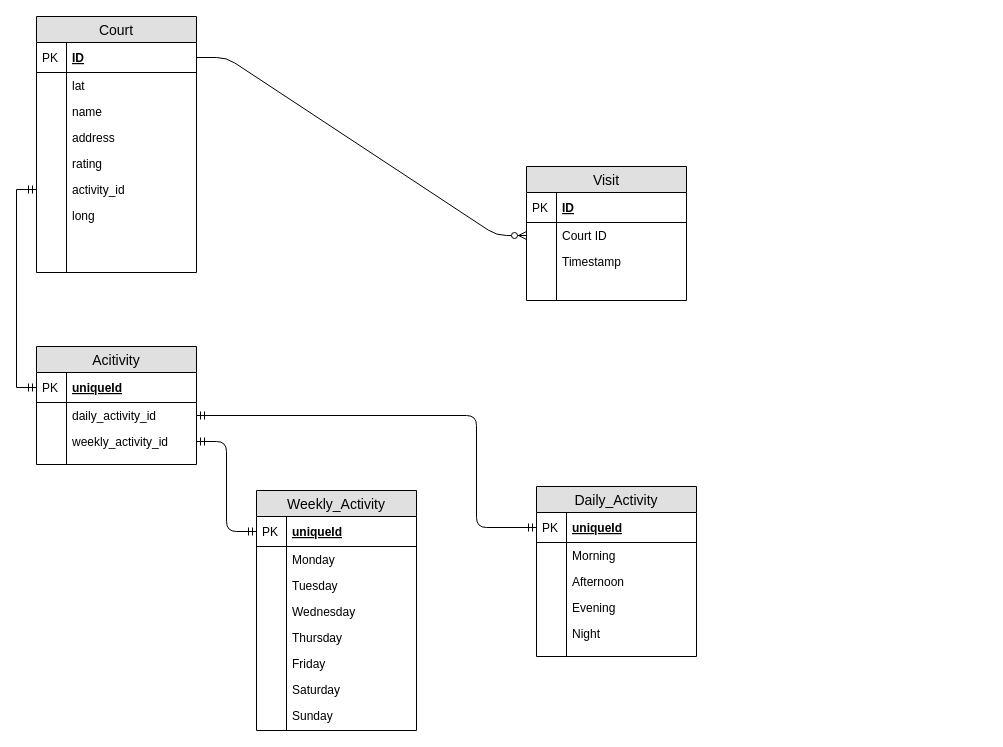
J-A-H/Next-Run keeps this draw.io diagram as Next-Run.drawio. Above is the earlier version. Source tidied: cells renumbered, new cells numbered last; positions are measured from the earlier drawing's top-left corner, leaving out a move shared by most shapes. Both pictures are drawn from the tidied source at 100%, with x=0, y=0 at pixel (36, 16).
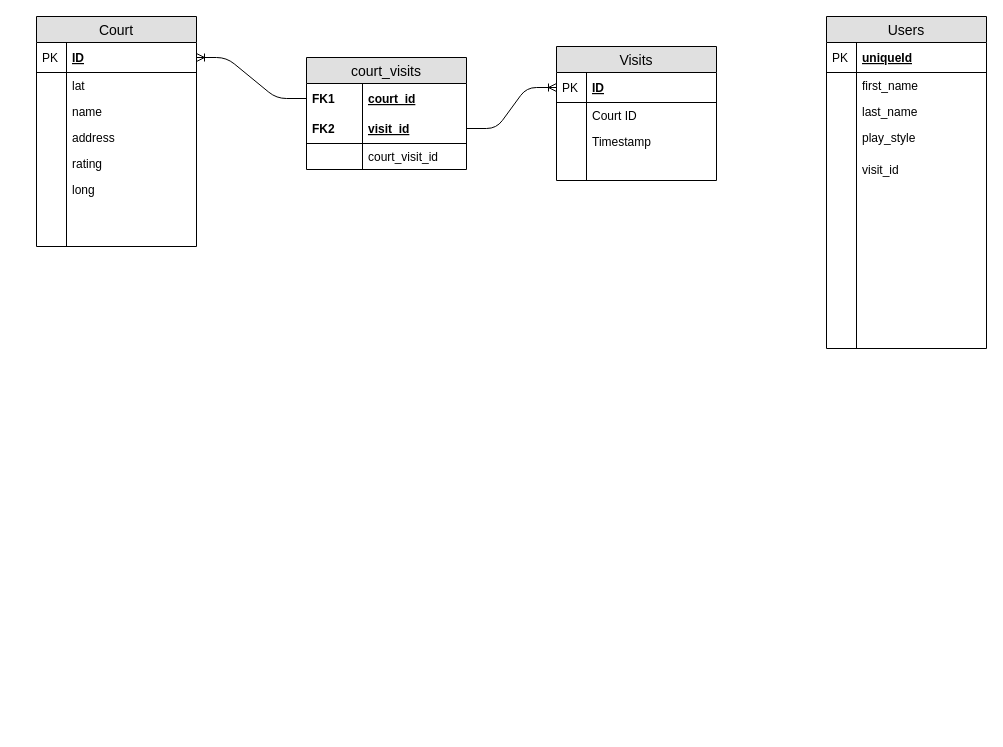
After the change.

Commit message:
Update Next-Run.drawio: Add Users table, updated existing

The change refers to these unchanged cells:
```xml
<mxCell id="3" value="ID" style="shape=partialRectangle;top=0;left=0;right=0;bottom=1;align=left;verticalAlign=middle;fillColor=none;spacingLeft=34;spacingRight=4;overflow=hidden;points=[[0,0.5],[1,0.5]];portConstraint=eastwest;fontStyle=5;fontSize=12;" parent="2" vertex="1">
  <mxGeometry y="26" width="160" height="30" as="geometry" />
</mxCell>
<mxCell id="18" value="ID" style="shape=partialRectangle;top=0;left=0;right=0;bottom=1;align=left;verticalAlign=middle;fillColor=none;spacingLeft=34;spacingRight=4;overflow=hidden;points=[[0,0.5],[1,0.5]];portConstraint=eastwest;fontStyle=5;fontSize=12;" parent="17" vertex="1">
  <mxGeometry y="26" width="160" height="30" as="geometry" />
</mxCell>
<mxCell id="20" value="Court ID" style="shape=partialRectangle;top=0;left=0;right=0;bottom=0;align=left;verticalAlign=top;fillColor=none;spacingLeft=34;spacingRight=4;overflow=hidden;points=[[0,0.5],[1,0.5]];portConstraint=eastwest;fontSize=12;" parent="17" vertex="1">
  <mxGeometry y="56" width="160" height="26" as="geometry" />
</mxCell>
```

Change to the diagram source:
```diff
@@
     <mxCell id="2" value="Court" style="swimlane;fontStyle=0;horizontal=1;startSize=26;fillColor=#e0e0e0;swimlaneFillColor=#ffffff;align=center;fontSize=14;" parent="1" vertex="1">
-      <mxGeometry width="160" height="256" as="geometry" />
+      <mxGeometry width="160" height="230" as="geometry" />
     </mxCell>
@@
-    <mxCell id="13" value="activity_id" style="shape=partialRectangle;top=0;left=0;right=0;bottom=0;align=left;verticalAlign=top;fillColor=none;spacingLeft=34;spacingRight=4;overflow=hidden;points=[[0,0.5],[1,0.5]];portConstraint=eastwest;fontSize=12;" parent="2" vertex="1">
-      <mxGeometry y="160" width="160" height="26" as="geometry" />
-    </mxCell>
-    <mxCell id="14" style="shape=partialRectangle;top=0;left=0;bottom=0;fillColor=none;align=left;verticalAlign=top;spacingLeft=4;spacingRight=4;overflow=hidden;fontSize=12;" parent="13" vertex="1">
-      <mxGeometry width="30" height="26" as="geometry" />
-    </mxCell>
     <mxCell id="15" value="long" style="shape=partialRectangle;top=0;left=0;right=0;bottom=0;align=left;verticalAlign=top;fillColor=none;spacingLeft=34;spacingRight=4;overflow=hidden;fontSize=12;" parent="2" vertex="1">
-      <mxGeometry y="186" width="160" height="70" as="geometry" />
+      <mxGeometry y="160" width="160" height="70" as="geometry" />
     </mxCell>
@@
-    <mxCell id="17" value="Visit" style="swimlane;fontStyle=0;horizontal=1;startSize=26;fillColor=#e0e0e0;swimlaneFillColor=#ffffff;align=center;fontSize=14;" parent="1" vertex="1">
-      <mxGeometry x="490" y="150" width="160" height="134" as="geometry" />
+    <mxCell id="17" value="Visits" style="swimlane;fontStyle=0;horizontal=1;startSize=26;fillColor=#e0e0e0;swimlaneFillColor=#ffffff;align=center;fontSize=14;" parent="1" vertex="1">
+      <mxGeometry x="520" y="30" width="160" height="134" as="geometry" />
     </mxCell>
@@
-    <mxCell id="26" style="edgeStyle=entityRelationEdgeStyle;fontSize=12;html=1;endArrow=ERzeroToMany;endFill=1;exitX=1;exitY=0.5;exitDx=0;exitDy=0;" parent="1" edge="1" source="3" target="20">
-      <mxGeometry relative="1" as="geometry" />
-    </mxCell>
-    <mxCell id="27" value="Acitivity" style="swimlane;fontStyle=0;horizontal=1;startSize=26;fillColor=#e0e0e0;swimlaneFillColor=#ffffff;align=center;fontSize=14;" parent="1" vertex="1">
-      <mxGeometry y="330" width="160" height="118" as="geometry" />
-    </mxCell>
-    <mxCell id="28" value="uniqueId" style="shape=partialRectangle;top=0;left=0;right=0;bottom=1;align=left;verticalAlign=middle;fillColor=none;spacingLeft=34;spacingRight=4;overflow=hidden;points=[[0,0.5],[1,0.5]];portConstraint=eastwest;fontStyle=5;fontSize=12;" parent="27" vertex="1">
-      <mxGeometry y="26" width="160" height="30" as="geometry" />
-    </mxCell>
-    <mxCell id="29" value="PK" style="shape=partialRectangle;top=0;left=0;bottom=0;fillColor=none;align=left;verticalAlign=middle;spacingLeft=4;spacingRight=4;overflow=hidden;fontSize=12;" parent="28" vertex="1">
-      <mxGeometry width="30" height="30" as="geometry" />
-    </mxCell>
-    <mxCell id="30" value="daily_activity_id" style="shape=partialRectangle;top=0;left=0;right=0;bottom=0;align=left;verticalAlign=top;fillColor=none;spacingLeft=34;spacingRight=4;overflow=hidden;points=[[0,0.5],[1,0.5]];portConstraint=eastwest;fontSize=12;" parent="27" vertex="1">
-      <mxGeometry y="56" width="160" height="26" as="geometry" />
-    </mxCell>
-    <mxCell id="31" style="shape=partialRectangle;top=0;left=0;bottom=0;fillColor=none;align=left;verticalAlign=top;spacingLeft=4;spacingRight=4;overflow=hidden;fontSize=12;" parent="30" vertex="1">
-      <mxGeometry width="30" height="26" as="geometry" />
-    </mxCell>
-    <mxCell id="32" value="weekly_activity_id" style="shape=partialRectangle;top=0;left=0;right=0;bottom=0;align=left;verticalAlign=top;fillColor=none;spacingLeft=34;spacingRight=4;overflow=hidden;points=[[0,0.5],[1,0.5]];portConstraint=eastwest;fontSize=12;" parent="27" vertex="1">
-      <mxGeometry y="82" width="160" height="26" as="geometry" />
-    </mxCell>
-    <mxCell id="33" style="shape=partialRectangle;top=0;left=0;bottom=0;fillColor=none;align=left;verticalAlign=top;spacingLeft=4;spacingRight=4;overflow=hidden;fontSize=12;" parent="32" vertex="1">
-      <mxGeometry width="30" height="26" as="geometry" />
-    </mxCell>
-    <mxCell id="34" style="shape=partialRectangle;top=0;left=0;right=0;bottom=0;align=left;verticalAlign=top;fillColor=none;spacingLeft=34;spacingRight=4;overflow=hidden;fontSize=12;" parent="27" vertex="1">
-      <mxGeometry y="108" width="160" height="10" as="geometry" />
-    </mxCell>
-    <mxCell id="35" style="shape=partialRectangle;top=0;left=0;bottom=0;fillColor=none;align=left;verticalAlign=top;spacingLeft=4;spacingRight=4;overflow=hidden;fontSize=12;" parent="34" vertex="1">
-      <mxGeometry width="30" height="10" as="geometry" />
-    </mxCell>
-    <mxCell id="36" style="edgeStyle=orthogonalEdgeStyle;rounded=0;jettySize=auto;html=1;entryX=0;entryY=0.5;entryDx=0;entryDy=0;startArrow=ERmandOne;startFill=0;endArrow=ERmandOne;endFill=0;" parent="1" edge="1" source="13" target="28">
-      <mxGeometry relative="1" as="geometry" />
-    </mxCell>
-    <mxCell id="37" value="Weekly_Activity" style="swimlane;fontStyle=0;horizontal=1;startSize=26;fillColor=#e0e0e0;swimlaneFillColor=#ffffff;align=center;fontSize=14;" parent="1" vertex="1">
-      <mxGeometry x="220" y="474" width="160" height="240" as="geometry" />
-    </mxCell>
-    <mxCell id="38" value="uniqueId" style="shape=partialRectangle;top=0;left=0;right=0;bottom=1;align=left;verticalAlign=middle;fillColor=none;spacingLeft=34;spacingRight=4;overflow=hidden;points=[[0,0.5],[1,0.5]];portConstraint=eastwest;fontStyle=5;fontSize=12;" parent="37" vertex="1">
-      <mxGeometry y="26" width="160" height="30" as="geometry" />
-    </mxCell>
-    <mxCell id="39" value="PK" style="shape=partialRectangle;top=0;left=0;bottom=0;fillColor=none;align=left;verticalAlign=middle;spacingLeft=4;spacingRight=4;overflow=hidden;fontSize=12;" parent="38" vertex="1">
-      <mxGeometry width="30" height="30" as="geometry" />
-    </mxCell>
-    <mxCell id="40" value="Monday" style="shape=partialRectangle;top=0;left=0;right=0;bottom=0;align=left;verticalAlign=top;fillColor=none;spacingLeft=34;spacingRight=4;overflow=hidden;fontSize=12;" parent="37" vertex="1">
-      <mxGeometry y="56" width="160" height="26" as="geometry" />
-    </mxCell>
-    <mxCell id="41" style="shape=partialRectangle;top=0;left=0;bottom=0;fillColor=none;align=left;verticalAlign=top;spacingLeft=4;spacingRight=4;overflow=hidden;fontSize=12;" parent="40" vertex="1">
-      <mxGeometry width="30" height="26" as="geometry" />
-    </mxCell>
-    <mxCell id="42" value="Tuesday" style="shape=partialRectangle;top=0;left=0;right=0;bottom=0;align=left;verticalAlign=top;fillColor=none;spacingLeft=34;spacingRight=4;overflow=hidden;fontSize=12;" parent="37" vertex="1">
-      <mxGeometry y="82" width="160" height="26" as="geometry" />
-    </mxCell>
-    <mxCell id="43" style="shape=partialRectangle;top=0;left=0;bottom=0;fillColor=none;align=left;verticalAlign=top;spacingLeft=4;spacingRight=4;overflow=hidden;fontSize=12;" parent="42" vertex="1">
-      <mxGeometry width="30" height="26" as="geometry" />
-    </mxCell>
-    <mxCell id="44" value="Wednesday" style="shape=partialRectangle;top=0;left=0;right=0;bottom=0;align=left;verticalAlign=top;fillColor=none;spacingLeft=34;spacingRight=4;overflow=hidden;fontSize=12;" parent="37" vertex="1">
-      <mxGeometry y="108" width="160" height="26" as="geometry" />
-    </mxCell>
-    <mxCell id="45" style="shape=partialRectangle;top=0;left=0;bottom=0;fillColor=none;align=left;verticalAlign=top;spacingLeft=4;spacingRight=4;overflow=hidden;fontSize=12;" parent="44" vertex="1">
-      <mxGeometry width="30" height="26" as="geometry" />
-    </mxCell>
-    <mxCell id="46" value="Thursday" style="shape=partialRectangle;top=0;left=0;right=0;bottom=0;align=left;verticalAlign=top;fillColor=none;spacingLeft=34;spacingRight=4;overflow=hidden;fontSize=12;" parent="37" vertex="1">
-      <mxGeometry y="134" width="160" height="26" as="geometry" />
-    </mxCell>
-    <mxCell id="47" style="shape=partialRectangle;top=0;left=0;bottom=0;fillColor=none;align=left;verticalAlign=top;spacingLeft=4;spacingRight=4;overflow=hidden;fontSize=12;" parent="46" vertex="1">
-      <mxGeometry width="30" height="26" as="geometry" />
-    </mxCell>
-    <mxCell id="48" value="Friday" style="shape=partialRectangle;top=0;left=0;right=0;bottom=0;align=left;verticalAlign=top;fillColor=none;spacingLeft=34;spacingRight=4;overflow=hidden;fontSize=12;" parent="37" vertex="1">
-      <mxGeometry y="160" width="160" height="26" as="geometry" />
-    </mxCell>
-    <mxCell id="49" style="shape=partialRectangle;top=0;left=0;bottom=0;fillColor=none;align=left;verticalAlign=top;spacingLeft=4;spacingRight=4;overflow=hidden;fontSize=12;" parent="48" vertex="1">
-      <mxGeometry width="30" height="26" as="geometry" />
-    </mxCell>
-    <mxCell id="50" value="Saturday" style="shape=partialRectangle;top=0;left=0;right=0;bottom=0;align=left;verticalAlign=top;fillColor=none;spacingLeft=34;spacingRight=4;overflow=hidden;fontSize=12;" parent="37" vertex="1">
-      <mxGeometry y="186" width="160" height="26" as="geometry" />
-    </mxCell>
-    <mxCell id="51" style="shape=partialRectangle;top=0;left=0;bottom=0;fillColor=none;align=left;verticalAlign=top;spacingLeft=4;spacingRight=4;overflow=hidden;fontSize=12;" parent="50" vertex="1">
-      <mxGeometry width="30" height="26" as="geometry" />
-    </mxCell>
-    <mxCell id="52" value="Sunday" style="shape=partialRectangle;top=0;left=0;right=0;bottom=0;align=left;verticalAlign=top;fillColor=none;spacingLeft=34;spacingRight=4;overflow=hidden;fontSize=12;" parent="37" vertex="1">
-      <mxGeometry y="212" width="160" height="26" as="geometry" />
-    </mxCell>
-    <mxCell id="53" style="shape=partialRectangle;top=0;left=0;bottom=0;fillColor=none;align=left;verticalAlign=top;spacingLeft=4;spacingRight=4;overflow=hidden;fontSize=12;" parent="52" vertex="1">
-      <mxGeometry width="30" height="26" as="geometry" />
-    </mxCell>
-    <mxCell id="54" style="shape=partialRectangle;top=0;left=0;right=0;bottom=0;align=left;verticalAlign=top;fillColor=none;spacingLeft=34;spacingRight=4;overflow=hidden;fontSize=12;" parent="37" vertex="1">
-      <mxGeometry y="238" width="160" height="2" as="geometry" />
-    </mxCell>
-    <mxCell id="55" style="shape=partialRectangle;top=0;left=0;bottom=0;fillColor=none;align=left;verticalAlign=top;spacingLeft=4;spacingRight=4;overflow=hidden;fontSize=12;" parent="54" vertex="1">
-      <mxGeometry width="30" height="2" as="geometry" />
-    </mxCell>
-    <mxCell id="56" value="Daily_Activity" style="swimlane;fontStyle=0;horizontal=1;startSize=26;fillColor=#e0e0e0;swimlaneFillColor=#ffffff;align=center;fontSize=14;" parent="1" vertex="1">
-      <mxGeometry x="500" y="470" width="160" height="170" as="geometry" />
-    </mxCell>
-    <mxCell id="57" value="uniqueId" style="shape=partialRectangle;top=0;left=0;right=0;bottom=1;align=left;verticalAlign=middle;fillColor=none;spacingLeft=34;spacingRight=4;overflow=hidden;points=[[0,0.5],[1,0.5]];portConstraint=eastwest;fontStyle=5;fontSize=12;" parent="56" vertex="1">
-      <mxGeometry y="26" width="160" height="30" as="geometry" />
-    </mxCell>
-    <mxCell id="58" value="PK" style="shape=partialRectangle;top=0;left=0;bottom=0;fillColor=none;align=left;verticalAlign=middle;spacingLeft=4;spacingRight=4;overflow=hidden;fontSize=12;" parent="57" vertex="1">
-      <mxGeometry width="30" height="30" as="geometry" />
-    </mxCell>
-    <mxCell id="59" value="Morning" style="shape=partialRectangle;top=0;left=0;right=0;bottom=0;align=left;verticalAlign=top;fillColor=none;spacingLeft=34;spacingRight=4;overflow=hidden;fontSize=12;" parent="56" vertex="1">
-      <mxGeometry y="56" width="160" height="26" as="geometry" />
-    </mxCell>
-    <mxCell id="60" style="shape=partialRectangle;top=0;left=0;bottom=0;fillColor=none;align=left;verticalAlign=top;spacingLeft=4;spacingRight=4;overflow=hidden;fontSize=12;" parent="59" vertex="1">
-      <mxGeometry width="30" height="26" as="geometry" />
-    </mxCell>
-    <mxCell id="61" value="Afternoon" style="shape=partialRectangle;top=0;left=0;right=0;bottom=0;align=left;verticalAlign=top;fillColor=none;spacingLeft=34;spacingRight=4;overflow=hidden;fontSize=12;" parent="56" vertex="1">
-      <mxGeometry y="82" width="160" height="26" as="geometry" />
-    </mxCell>
-    <mxCell id="62" style="shape=partialRectangle;top=0;left=0;bottom=0;fillColor=none;align=left;verticalAlign=top;spacingLeft=4;spacingRight=4;overflow=hidden;fontSize=12;" parent="61" vertex="1">
-      <mxGeometry width="30" height="26" as="geometry" />
-    </mxCell>
-    <mxCell id="63" value="Evening" style="shape=partialRectangle;top=0;left=0;right=0;bottom=0;align=left;verticalAlign=top;fillColor=none;spacingLeft=34;spacingRight=4;overflow=hidden;fontSize=12;" parent="56" vertex="1">
-      <mxGeometry y="108" width="160" height="26" as="geometry" />
-    </mxCell>
-    <mxCell id="64" style="shape=partialRectangle;top=0;left=0;bottom=0;fillColor=none;align=left;verticalAlign=top;spacingLeft=4;spacingRight=4;overflow=hidden;fontSize=12;" parent="63" vertex="1">
-      <mxGeometry width="30" height="26" as="geometry" />
-    </mxCell>
-    <mxCell id="65" value="Night" style="shape=partialRectangle;top=0;left=0;right=0;bottom=0;align=left;verticalAlign=top;fillColor=none;spacingLeft=34;spacingRight=4;overflow=hidden;fontSize=12;" parent="56" vertex="1">
-      <mxGeometry y="134" width="160" height="26" as="geometry" />
-    </mxCell>
-    <mxCell id="66" style="shape=partialRectangle;top=0;left=0;bottom=0;fillColor=none;align=left;verticalAlign=top;spacingLeft=4;spacingRight=4;overflow=hidden;fontSize=12;" parent="65" vertex="1">
-      <mxGeometry width="30" height="26" as="geometry" />
-    </mxCell>
-    <mxCell id="67" style="shape=partialRectangle;top=0;left=0;right=0;bottom=0;align=left;verticalAlign=top;fillColor=none;spacingLeft=34;spacingRight=4;overflow=hidden;fontSize=12;" parent="56" vertex="1">
-      <mxGeometry y="160" width="160" height="10" as="geometry" />
-    </mxCell>
-    <mxCell id="68" style="shape=partialRectangle;top=0;left=0;bottom=0;fillColor=none;align=left;verticalAlign=top;spacingLeft=4;spacingRight=4;overflow=hidden;fontSize=12;" parent="67" vertex="1">
-      <mxGeometry width="30" height="10" as="geometry" />
-    </mxCell>
-    <mxCell id="69" style="edgeStyle=elbowEdgeStyle;fontSize=12;html=1;endArrow=ERmandOne;startArrow=ERmandOne;entryX=0;entryY=0.5;entryDx=0;entryDy=0;exitX=1;exitY=0.5;exitDx=0;exitDy=0;" parent="1" edge="1" source="32" target="38">
-      <mxGeometry relative="1" as="geometry" />
-    </mxCell>
-    <mxCell id="70" style="edgeStyle=elbowEdgeStyle;fontSize=12;html=1;endArrow=ERmandOne;startArrow=ERmandOne;exitX=1;exitY=0.5;exitDx=0;exitDy=0;entryX=0;entryY=0.5;entryDx=0;entryDy=0;" parent="1" edge="1" source="30" target="57">
-      <mxGeometry relative="1" as="geometry">
-        <Array as="points">
-          <mxPoint x="440" y="470" />
-        </Array>
-      </mxGeometry>
-    </mxCell>
+    <mxCell id="71" value="Users" style="swimlane;fontStyle=0;horizontal=1;startSize=26;fillColor=#e0e0e0;swimlaneFillColor=#ffffff;align=center;fontSize=14;" parent="1" vertex="1">
+      <mxGeometry x="790" width="160" height="332" as="geometry" />
+    </mxCell>
+    <mxCell id="72" value="uniqueId" style="shape=partialRectangle;top=0;left=0;right=0;bottom=1;align=left;verticalAlign=middle;fillColor=none;spacingLeft=34;spacingRight=4;overflow=hidden;fontStyle=5;fontSize=12;" parent="71" vertex="1">
+      <mxGeometry y="26" width="160" height="30" as="geometry" />
+    </mxCell>
+    <mxCell id="73" value="PK" style="shape=partialRectangle;top=0;left=0;bottom=0;fillColor=none;align=left;verticalAlign=middle;spacingLeft=4;spacingRight=4;overflow=hidden;fontSize=12;" parent="72" vertex="1">
+      <mxGeometry width="30" height="30" as="geometry" />
+    </mxCell>
+    <mxCell id="74" value="first_name" style="shape=partialRectangle;top=0;left=0;right=0;bottom=0;align=left;verticalAlign=top;fillColor=none;spacingLeft=34;spacingRight=4;overflow=hidden;fontSize=12;" parent="71" vertex="1">
+      <mxGeometry y="56" width="160" height="26" as="geometry" />
+    </mxCell>
+    <mxCell id="75" style="shape=partialRectangle;top=0;left=0;bottom=0;fillColor=none;align=left;verticalAlign=top;spacingLeft=4;spacingRight=4;overflow=hidden;fontSize=12;" parent="74" vertex="1">
+      <mxGeometry width="30" height="26" as="geometry" />
+    </mxCell>
+    <mxCell id="76" value="last_name" style="shape=partialRectangle;top=0;left=0;right=0;bottom=0;align=left;verticalAlign=top;fillColor=none;spacingLeft=34;spacingRight=4;overflow=hidden;fontSize=12;" parent="71" vertex="1">
+      <mxGeometry y="82" width="160" height="26" as="geometry" />
+    </mxCell>
+    <mxCell id="77" style="shape=partialRectangle;top=0;left=0;bottom=0;fillColor=none;align=left;verticalAlign=top;spacingLeft=4;spacingRight=4;overflow=hidden;fontSize=12;" parent="76" vertex="1">
+      <mxGeometry width="30" height="26" as="geometry" />
+    </mxCell>
+    <mxCell id="78" value="play_style" style="shape=partialRectangle;top=0;left=0;right=0;bottom=0;align=left;verticalAlign=top;fillColor=none;spacingLeft=34;spacingRight=4;overflow=hidden;fontSize=12;" parent="71" vertex="1">
+      <mxGeometry y="108" width="160" height="32" as="geometry" />
+    </mxCell>
+    <mxCell id="79" style="shape=partialRectangle;top=0;left=0;bottom=0;fillColor=none;align=left;verticalAlign=top;spacingLeft=4;spacingRight=4;overflow=hidden;fontSize=12;" parent="78" vertex="1">
+      <mxGeometry width="30" height="32" as="geometry" />
+    </mxCell>
+    <mxCell id="80" value="visit_id" style="shape=partialRectangle;top=0;left=0;right=0;bottom=0;align=left;verticalAlign=top;fillColor=none;spacingLeft=34;spacingRight=4;overflow=hidden;fontSize=12;" parent="71" vertex="1">
+      <mxGeometry y="140" width="160" height="32" as="geometry" />
+    </mxCell>
+    <mxCell id="81" style="shape=partialRectangle;top=0;left=0;bottom=0;fillColor=none;align=left;verticalAlign=top;spacingLeft=4;spacingRight=4;overflow=hidden;fontSize=12;" parent="80" vertex="1">
+      <mxGeometry width="30" height="32" as="geometry" />
+    </mxCell>
+    <mxCell id="82" style="shape=partialRectangle;top=0;left=0;right=0;bottom=0;align=left;verticalAlign=top;fillColor=none;spacingLeft=34;spacingRight=4;overflow=hidden;fontSize=12;" parent="71" vertex="1">
+      <mxGeometry y="172" width="160" height="160" as="geometry" />
+    </mxCell>
+    <mxCell id="83" style="shape=partialRectangle;top=0;left=0;bottom=0;fillColor=none;align=left;verticalAlign=top;spacingLeft=4;spacingRight=4;overflow=hidden;fontSize=12;" parent="82" vertex="1">
+      <mxGeometry width="30" height="160" as="geometry" />
+    </mxCell>
+    <mxCell id="84" value="court_visits" style="swimlane;fontStyle=0;horizontal=1;startSize=26;fillColor=#e0e0e0;swimlaneFillColor=#ffffff;align=center;fontSize=14;" parent="1" vertex="1">
+      <mxGeometry x="270" y="41" width="160" height="112" as="geometry" />
+    </mxCell>
+    <mxCell id="85" value="court_id" style="shape=partialRectangle;top=0;left=0;right=0;bottom=0;align=left;verticalAlign=middle;fillColor=none;spacingLeft=60;spacingRight=4;overflow=hidden;points=[[0,0.5],[1,0.5]];portConstraint=eastwest;fontStyle=5;fontSize=12;" parent="84" vertex="1">
+      <mxGeometry y="26" width="160" height="30" as="geometry" />
+    </mxCell>
+    <mxCell id="86" value="FK1" style="shape=partialRectangle;fontStyle=1;top=0;left=0;bottom=0;fillColor=none;align=left;verticalAlign=middle;spacingLeft=4;spacingRight=4;overflow=hidden;fontSize=12;" parent="85" vertex="1">
+      <mxGeometry width="56" height="30" as="geometry" />
+    </mxCell>
+    <mxCell id="87" value="visit_id" style="shape=partialRectangle;top=0;left=0;right=0;bottom=1;align=left;verticalAlign=middle;fillColor=none;spacingLeft=60;spacingRight=4;overflow=hidden;points=[[0,0.5],[1,0.5]];portConstraint=eastwest;fontStyle=5;fontSize=12;" parent="84" vertex="1">
+      <mxGeometry y="56" width="160" height="30" as="geometry" />
+    </mxCell>
+    <mxCell id="88" value="FK2" style="shape=partialRectangle;fontStyle=1;top=0;left=0;bottom=0;fillColor=none;align=left;verticalAlign=middle;spacingLeft=4;spacingRight=4;overflow=hidden;fontSize=12;" parent="87" vertex="1">
+      <mxGeometry width="56" height="30" as="geometry" />
+    </mxCell>
+    <mxCell id="89" value="court_visit_id" style="shape=partialRectangle;top=0;left=0;right=0;bottom=0;align=left;verticalAlign=top;fillColor=none;spacingLeft=60;spacingRight=4;overflow=hidden;fontSize=12;" parent="84" vertex="1">
+      <mxGeometry y="86" width="160" height="26" as="geometry" />
+    </mxCell>
+    <mxCell id="90" style="shape=partialRectangle;top=0;left=0;bottom=0;fillColor=none;align=left;verticalAlign=top;spacingLeft=4;spacingRight=4;overflow=hidden;fontSize=12;" parent="89" vertex="1">
+      <mxGeometry width="56" height="26" as="geometry" />
+    </mxCell>
+    <mxCell id="91" style="edgeStyle=entityRelationEdgeStyle;fontSize=12;html=1;endArrow=none;startArrow=ERoneToMany;startFill=0;endFill=0;exitX=1;exitY=0.5;exitDx=0;exitDy=0;" parent="1" edge="1" source="3" target="85">
+      <mxGeometry relative="1" as="geometry" />
+    </mxCell>
+    <mxCell id="92" style="edgeStyle=entityRelationEdgeStyle;fontSize=12;html=1;endArrow=ERoneToMany;" parent="1" edge="1" source="87" target="18">
+      <mxGeometry relative="1" as="geometry" />
+    </mxCell>
```
